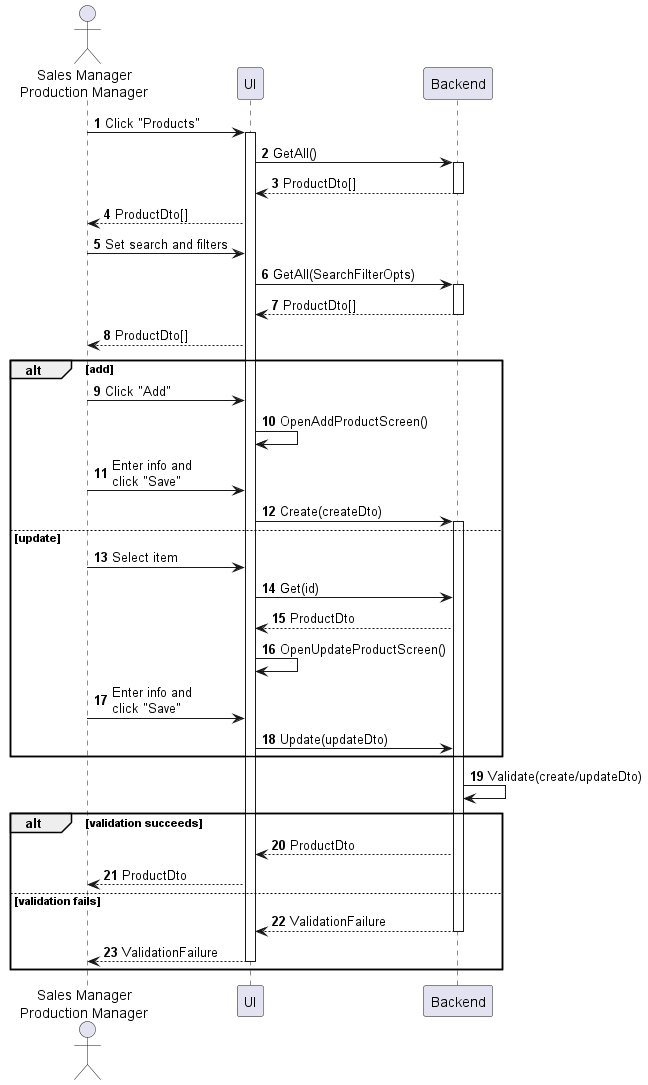
phihungha/scmss-reqs keeps this PlantUML diagram as sequences/product-manage.png. Above is the earlier version.
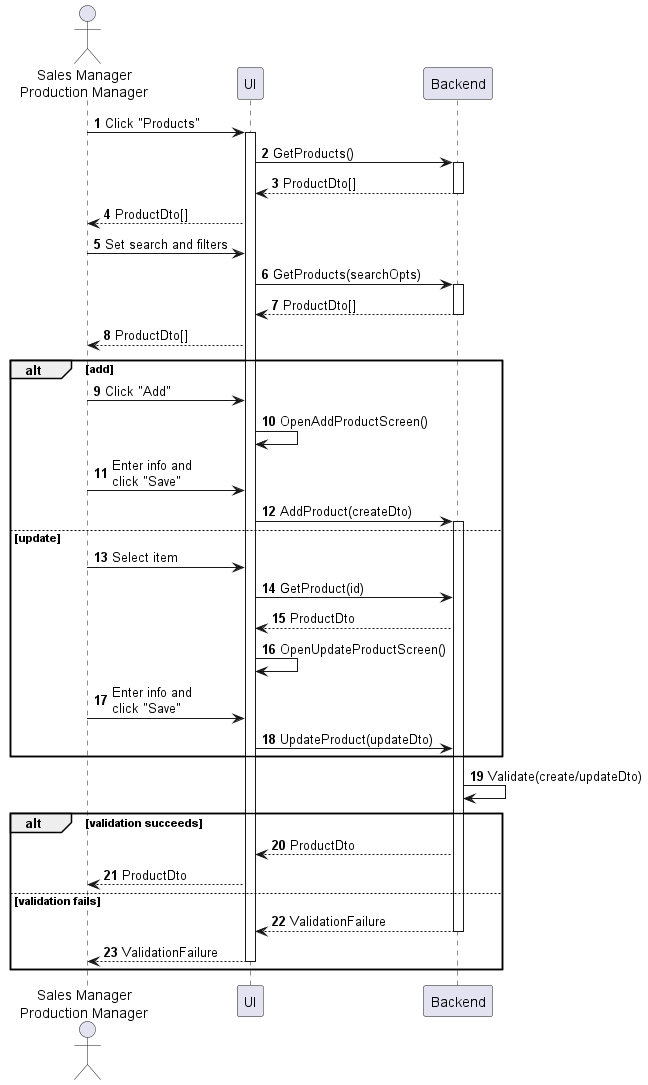
Later version of the same file.

Change to the diagram source:
```diff
@@ -7,12 +7,12 @@
 
 a -> f : Click "Products"
 activate f
-f -> b : GetAll()
+f -> b : GetProducts()
 activate b
 return ProductDto[]
 f --> a : ProductDto[]
 a -> f : Set search and filters
-f -> b : GetAll(SearchFilterOpts)
+f -> b : GetProducts(searchOpts)
 activate b
 return ProductDto[]
 f --> a : ProductDto[]
@@ -21,15 +21,15 @@
     a -> f : Click "Add"
     f -> f : OpenAddProductScreen()
     a -> f : Enter info and\nclick "Save"
-    f -> b : Create(createDto)
+    f -> b : AddProduct(createDto)
     activate b
 else update
     a -> f : Select item
-    f -> b : Get(id)
+    f -> b : GetProduct(id)
     b --> f : ProductDto
     f -> f : OpenUpdateProductScreen()
     a -> f : Enter info and\nclick "Save"
-    f -> b : Update(updateDto)
+    f -> b : UpdateProduct(updateDto)
 end
 
 b -> b : Validate(create/updateDto)
```
